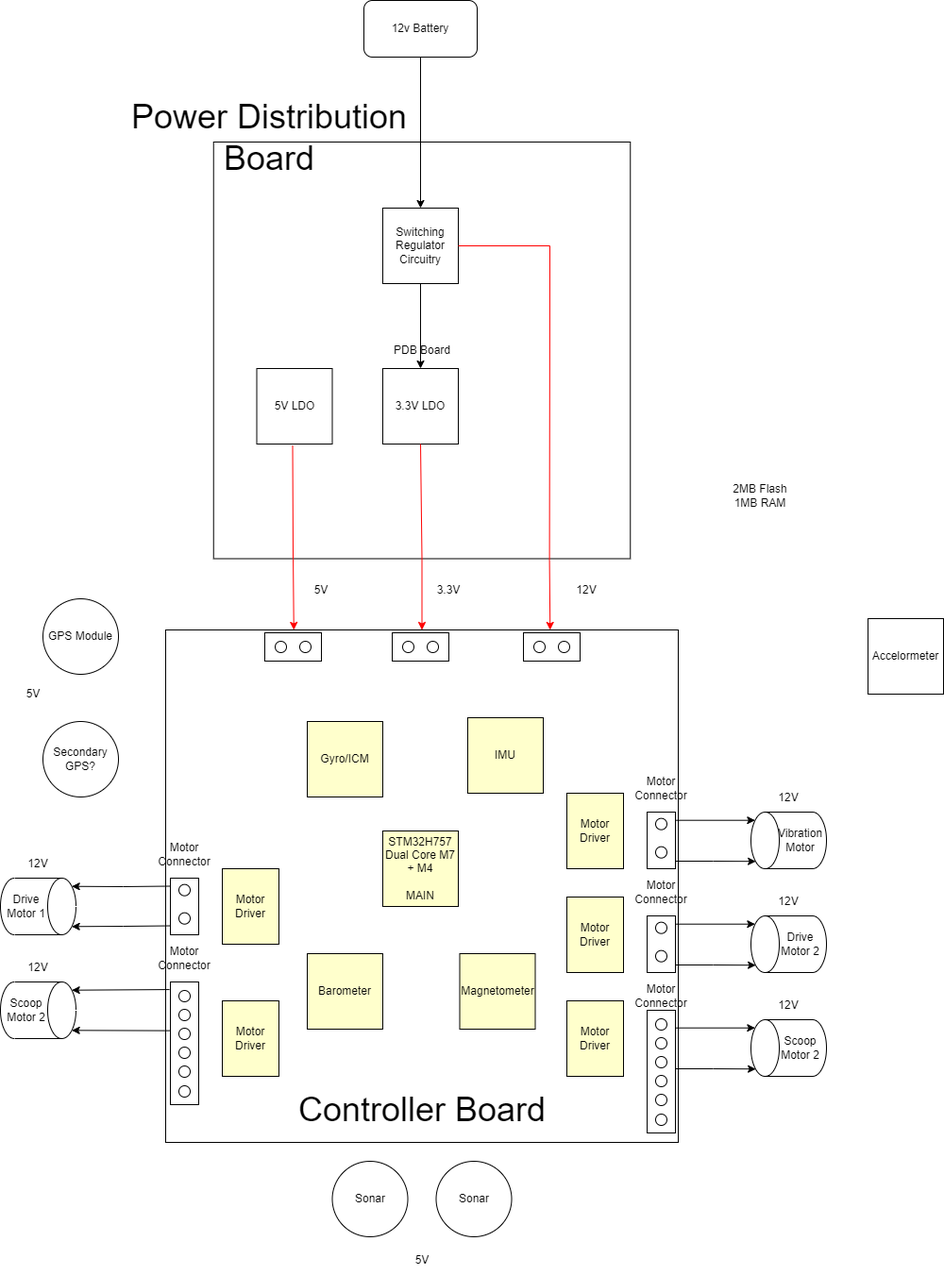
The draw.io diagram Beach_Clean_Up_Rover/Diagrams/PDB_BlockDiagram.png in erickr8000/Beach_Clean_Up_Rover, before a commit. Source tidied: cells renumbered, new cells last; positions are measured from the earlier drawing's top-left corner, leaving out a move shared by most shapes.
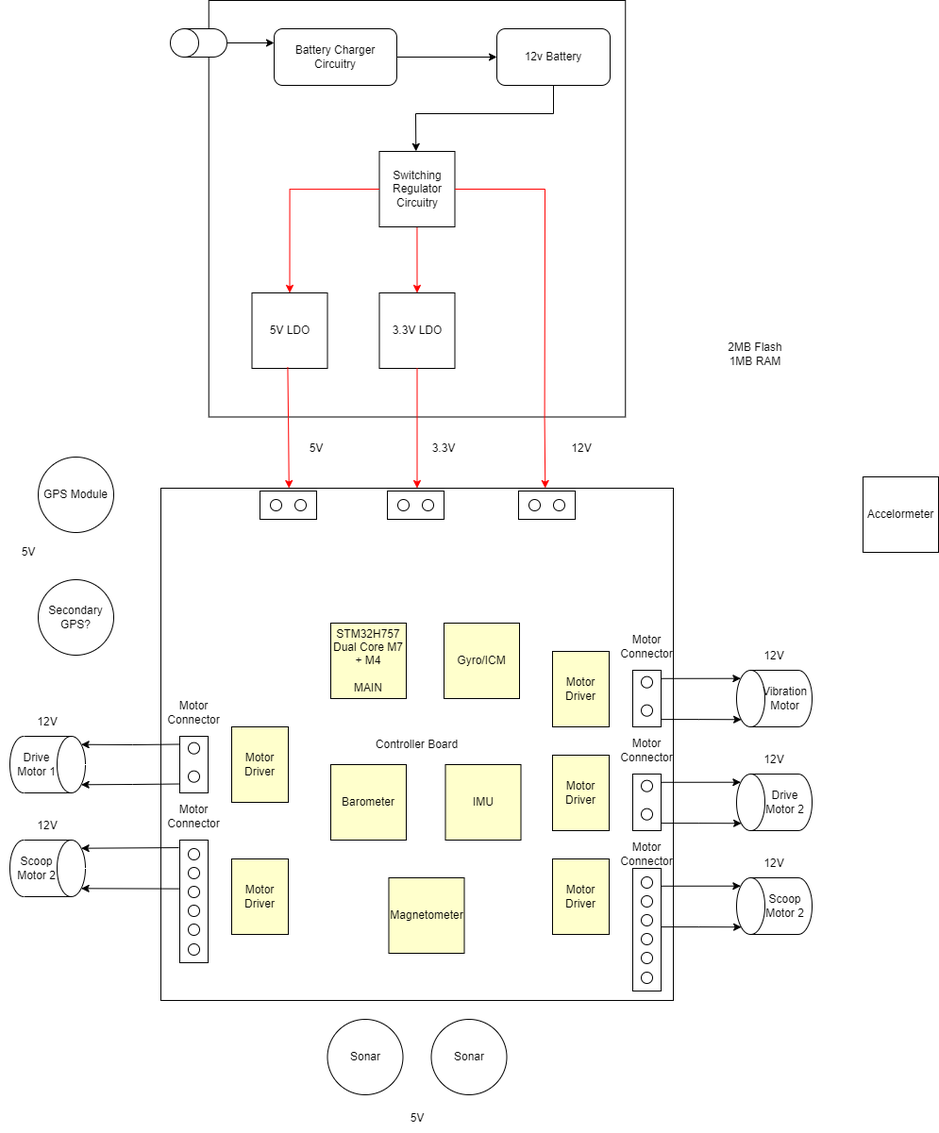
Later version of the same file.

What changed in the source:
```diff
@@ -2,9 +2,6 @@
   <root>
     <mxCell id="0" />
     <mxCell id="1" parent="0" />
-    <mxCell id="2" value="12v Battery" style="rounded=1;whiteSpace=wrap;html=1;" parent="1" vertex="1">
-      <mxGeometry x="385" width="120" height="60" as="geometry" />
-    </mxCell>
     <mxCell id="3" value="GPS Module&lt;br&gt;" style="ellipse;whiteSpace=wrap;html=1;" parent="1" vertex="1">
       <mxGeometry x="45" y="634" width="80" height="80" as="geometry" />
     </mxCell>
@@ -26,7 +23,7 @@
     <mxCell id="9" value="PDB Board" style="whiteSpace=wrap;html=1;" parent="1" vertex="1">
       <mxGeometry x="225.8" y="150" width="441.5" height="441.5" as="geometry" />
     </mxCell>
-    <mxCell id="10" style="whiteSpace=wrap;html=1;" parent="1" vertex="1">
+    <mxCell id="10" value="Controller Board" style="whiteSpace=wrap;html=1;" parent="1" vertex="1">
       <mxGeometry x="175" y="667" width="543" height="543" as="geometry" />
     </mxCell>
     <mxCell id="11" style="endArrow=classic;html=1;rounded=0;exitX=0.5;exitY=1;exitDx=0;exitDy=0;entryX=0.5;entryY=0;entryDx=0;entryDy=0;strokeColor=#FF0000;" parent="1" edge="1" source="9" target="10">
@@ -48,7 +45,7 @@
       <mxGeometry x="445" y="610" width="60" height="30" as="geometry" />
     </mxCell>
     <mxCell id="17" style="group;" parent="1" vertex="1">
-      <mxGeometry x="395" y="820" width="480" height="380" as="geometry" />
+      <mxGeometry x="385" y="820" width="480" height="380" as="geometry" />
     </mxCell>
     <mxCell id="18" value="Motor Driver" style="rounded=0;whiteSpace=wrap;html=1;fillColor=#FFFFCC;" parent="17" vertex="1">
       <mxGeometry x="205" y="20" width="60" height="80" as="geometry" />
@@ -188,11 +185,14 @@
     <mxCell id="54" value="Motor Driver" style="rounded=0;whiteSpace=wrap;html=1;fillColor=#FFFFCC;" parent="17" vertex="1">
       <mxGeometry x="205" y="240" width="60" height="80" as="geometry" />
     </mxCell>
-    <mxCell id="55" value="IMU" style="whiteSpace=wrap;html=1;fillColor=#FFFFCC;" parent="17" vertex="1">
-      <mxGeometry x="100" y="-60" width="80" height="80" as="geometry" />
-    </mxCell>
+    <mxCell id="110" value="Gyro/ICM" style="whiteSpace=wrap;html=1;fillColor=#FFFFCC;" parent="17" vertex="1">
+      <mxGeometry x="90" y="-10" width="80" height="80" as="geometry" />
+    </mxCell>
+    <mxCell id="111" value="Barometer" style="whiteSpace=wrap;html=1;fillColor=#FFFFCC;" parent="17" vertex="1">
+      <mxGeometry x="-30" y="140" width="80" height="80" as="geometry" />
+    </mxCell>
     <mxCell id="56" style="group;" parent="1" vertex="1">
-      <mxGeometry y="890" width="295" height="280" as="geometry" />
+      <mxGeometry x="15" y="890" width="295" height="280" as="geometry" />
     </mxCell>
     <mxCell id="57" value="Motor Driver" style="rounded=0;whiteSpace=wrap;html=1;fillColor=#FFFFCC;" parent="56" vertex="1">
       <mxGeometry x="235" y="170" width="60" height="80" as="geometry" />
@@ -321,32 +321,46 @@
     <mxCell id="97" style="ellipse;whiteSpace=wrap;html=1;rotation=-90;" parent="1" vertex="1">
       <mxGeometry x="591" y="679" width="12" height="12" as="geometry" />
     </mxCell>
-    <mxCell id="98" style="edgeStyle=orthogonalEdgeStyle;rounded=0;jettySize=auto;html=1;exitX=0.5;exitY=1;exitDx=0;exitDy=0;entryX=0.5;entryY=0;entryDx=0;entryDy=0;" parent="1" edge="1" source="99" target="100">
-      <mxGeometry relative="1" as="geometry" />
+    <mxCell id="98" style="edgeStyle=orthogonalEdgeStyle;rounded=0;jettySize=auto;html=1;exitX=0.5;exitY=1;exitDx=0;exitDy=0;entryX=0.5;entryY=0;entryDx=0;entryDy=0;strokeColor=#FF0000;" parent="1" edge="1" source="99" target="100">
+      <mxGeometry relative="1" as="geometry">
+        <Array as="points">
+          <mxPoint x="447" y="390" />
+          <mxPoint x="447" y="380" />
+          <mxPoint x="447" y="380" />
+        </Array>
+      </mxGeometry>
     </mxCell>
     <mxCell id="99" value="Switching Regulator Circuitry" style="whiteSpace=wrap;html=1;" parent="1" vertex="1">
-      <mxGeometry x="405" y="220" width="80" height="80" as="geometry" />
+      <mxGeometry x="406.5" y="310" width="80" height="80" as="geometry" />
     </mxCell>
     <mxCell id="100" value="3.3V LDO" style="whiteSpace=wrap;html=1;" parent="1" vertex="1">
-      <mxGeometry x="405" y="390" width="80" height="80" as="geometry" />
+      <mxGeometry x="406.5" y="460" width="80" height="80" as="geometry" />
     </mxCell>
     <mxCell id="101" value="5V LDO" style="whiteSpace=wrap;html=1;" parent="1" vertex="1">
-      <mxGeometry x="271.5" y="390" width="80" height="80" as="geometry" />
+      <mxGeometry x="271.5" y="460" width="80" height="80" as="geometry" />
     </mxCell>
+    <mxCell id="55" value="IMU" style="whiteSpace=wrap;html=1;fillColor=#FFFFCC;" parent="1" vertex="1">
+      <mxGeometry x="476.5" y="960" width="80" height="80" as="geometry" />
+    </mxCell>
     <mxCell id="102" value="STM32H757 Dual Core M7 + M4&lt;br&gt;&lt;br&gt;MAIN" style="whiteSpace=wrap;html=1;fillColor=#FFFFCC;" parent="1" vertex="1">
-      <mxGeometry x="405" y="880" width="80" height="80" as="geometry" />
+      <mxGeometry x="355" y="810" width="80" height="80" as="geometry" />
     </mxCell>
     <mxCell id="103" value="Accelormeter" style="whiteSpace=wrap;html=1;" parent="1" vertex="1">
       <mxGeometry x="919" y="655" width="80" height="80" as="geometry" />
     </mxCell>
     <mxCell id="104" value="Magnetometer" style="whiteSpace=wrap;html=1;fillColor=#FFFFCC;" parent="1" vertex="1">
-      <mxGeometry x="486.5" y="1010" width="80" height="80" as="geometry" />
+      <mxGeometry x="416.5" y="1080" width="80" height="80" as="geometry" />
     </mxCell>
     <mxCell id="105" value="2MB Flash&lt;br&gt;1MB RAM" style="text;strokeColor=none;align=center;fillColor=none;html=1;verticalAlign=middle;whiteSpace=wrap;rounded=0;" parent="1" vertex="1">
       <mxGeometry x="775" y="510" width="60" height="30" as="geometry" />
     </mxCell>
-    <mxCell id="106" style="endArrow=classic;html=1;rounded=0;exitX=0.5;exitY=1;exitDx=0;exitDy=0;entryX=0.5;entryY=0;entryDx=0;entryDy=0;" parent="1" edge="1" source="2" target="99">
-      <mxGeometry relative="1" as="geometry" />
+    <mxCell id="106" style="endArrow=classic;html=1;rounded=0;exitX=0.5;exitY=1;exitDx=0;exitDy=0;entryX=0.485;entryY=-0.002;entryDx=0;entryDy=0;entryPerimeter=0;" parent="1" edge="1" source="2" target="99">
+      <mxGeometry relative="1" as="geometry">
+        <Array as="points">
+          <mxPoint x="591" y="270" />
+          <mxPoint x="445" y="270" />
+        </Array>
+      </mxGeometry>
     </mxCell>
     <mxCell id="107" style="endArrow=none;html=1;rounded=0;entryX=0.5;entryY=1;entryDx=0;entryDy=0;exitX=0.5;exitY=1;exitDx=0;exitDy=0;strokeColor=#FF0000;" parent="1" edge="1" source="9" target="100">
       <mxGeometry relative="1" as="geometry" />
@@ -354,27 +368,36 @@
     <mxCell id="108" style="endArrow=none;html=1;rounded=0;entryX=1;entryY=0.5;entryDx=0;entryDy=0;exitX=0.806;exitY=1.003;exitDx=0;exitDy=0;exitPerimeter=0;strokeColor=#FF0000;" parent="1" edge="1" source="9" target="99">
       <mxGeometry relative="1" as="geometry">
         <Array as="points">
-          <mxPoint x="582" y="260" />
+          <mxPoint x="582" y="350" />
         </Array>
       </mxGeometry>
     </mxCell>
-    <mxCell id="109" style="endArrow=none;html=1;rounded=0;entryX=0.5;entryY=1;entryDx=0;entryDy=0;strokeColor=#FF0000;fontStyle=1;" parent="1" edge="1">
+    <mxCell id="109" style="endArrow=none;html=1;rounded=0;entryX=0.474;entryY=0.985;entryDx=0;entryDy=0;strokeColor=#FF0000;fontStyle=1;entryPerimeter=0;" parent="1" edge="1" target="101">
       <mxGeometry relative="1" as="geometry">
         <mxPoint x="310" y="591.5" as="sourcePoint" />
-        <mxPoint x="309.5" y="471.5" as="targetPoint" />
       </mxGeometry>
     </mxCell>
-    <mxCell id="110" value="Gyro/ICM" style="whiteSpace=wrap;html=1;fillColor=#FFFFCC;" parent="1" vertex="1">
-      <mxGeometry x="325" y="764" width="80" height="80" as="geometry" />
-    </mxCell>
-    <mxCell id="111" value="Barometer" style="whiteSpace=wrap;html=1;fillColor=#FFFFCC;" parent="1" vertex="1">
-      <mxGeometry x="325" y="1010" width="80" height="80" as="geometry" />
-    </mxCell>
-    <mxCell id="112" value="&lt;font style=&quot;font-size: 36px;&quot;&gt;Controller Board&lt;/font&gt;" style="text;strokeColor=none;align=center;fillColor=none;html=1;verticalAlign=middle;whiteSpace=wrap;rounded=0;" parent="1" vertex="1">
-      <mxGeometry x="286.5" y="1160" width="320" height="30" as="geometry" />
-    </mxCell>
-    <mxCell id="113" value="&lt;font style=&quot;font-size: 36px;&quot;&gt;Power Distribution Board&lt;/font&gt;" style="text;strokeColor=none;align=center;fillColor=none;html=1;verticalAlign=middle;whiteSpace=wrap;rounded=0;" parent="1" vertex="1">
-      <mxGeometry x="125" y="130" width="320" height="30" as="geometry" />
-    </mxCell>
+    <mxCell id="114" style="edgeStyle=orthogonalEdgeStyle;rounded=0;jettySize=auto;html=1;exitX=0;exitY=0.5;exitDx=0;exitDy=0;entryX=0.5;entryY=0;entryDx=0;entryDy=0;strokeColor=#FF0000;" parent="1" edge="1" source="99" target="101">
+      <mxGeometry relative="1" as="geometry">
+        <Array as="points">
+          <mxPoint x="312" y="350" />
+        </Array>
+      </mxGeometry>
+    </mxCell>
+    <mxCell id="115" style="edgeStyle=orthogonalEdgeStyle;rounded=0;jettySize=auto;html=1;exitX=1;exitY=0.5;exitDx=0;exitDy=0;entryX=0;entryY=0.5;entryDx=0;entryDy=0;" parent="1" edge="1" source="116" target="2">
+      <mxGeometry relative="1" as="geometry" />
+    </mxCell>
+    <mxCell id="116" value="Battery Charger Circuitry&lt;br&gt;" style="rounded=1;whiteSpace=wrap;html=1;fontSize=12;glass=0;strokeWidth=1;shadow=0;" parent="1" vertex="1">
+      <mxGeometry x="295" y="180" width="130" height="60" as="geometry" />
+    </mxCell>
+    <mxCell id="2" value="12v Battery" style="rounded=1;whiteSpace=wrap;html=1;" parent="1" vertex="1">
+      <mxGeometry x="531" y="180" width="120" height="60" as="geometry" />
+    </mxCell>
+    <mxCell id="117" style="edgeStyle=orthogonalEdgeStyle;rounded=0;jettySize=auto;html=1;exitX=0.5;exitY=1;exitDx=0;exitDy=0;exitPerimeter=0;entryX=0;entryY=0.25;entryDx=0;entryDy=0;" parent="1" edge="1" source="118" target="116">
+      <mxGeometry relative="1" as="geometry" />
+    </mxCell>
+    <mxCell id="118" style="shape=cylinder3;whiteSpace=wrap;html=1;boundedLbl=1;backgroundOutline=1;size=15;direction=north;" parent="1" vertex="1">
+      <mxGeometry x="185" y="180" width="60" height="30" as="geometry" />
+    </mxCell>
   </root>
 </mxGraphModel>
```
